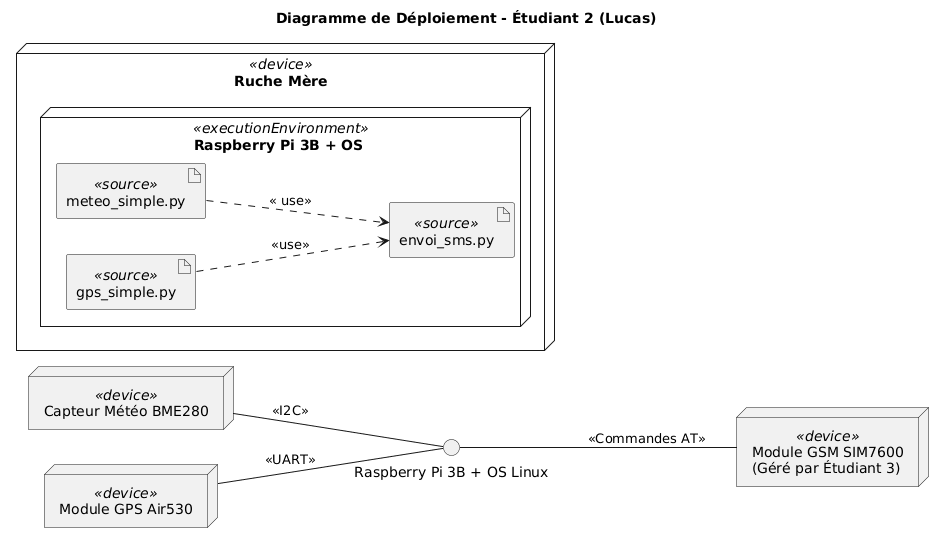
julien-negrobar/melaina keeps this PlantUML diagram as desrosiers Lucas /Projet MELAINA (abeille) 2/les fichier du mindview/mindview lucas /diagramme de deploiement personelle .png. Above is the earlier version.
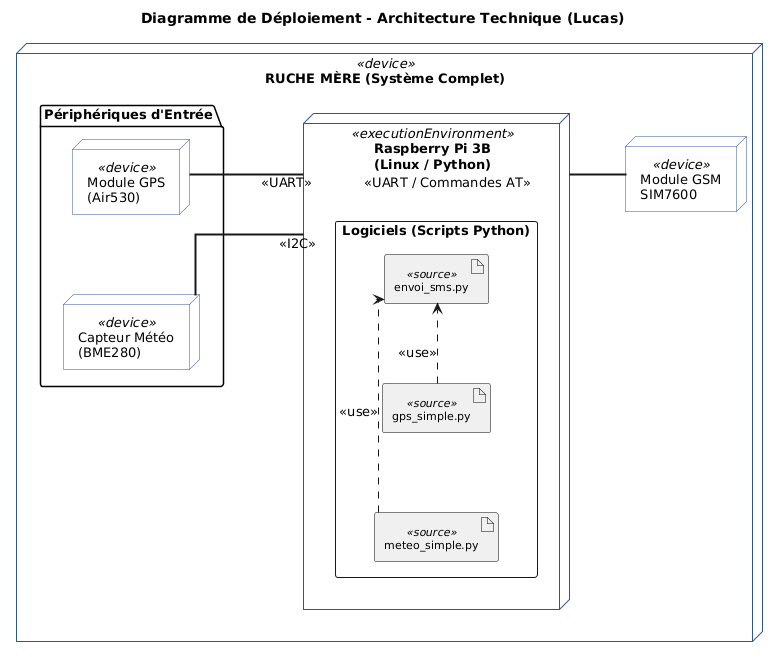
After the change.

Commit message:
changement diagramme de deploiement/changement nomenclature

What changed in the source:
```diff
@@ -1,29 +1,49 @@
 @startuml
-title Diagramme de Déploiement - Étudiant 2 (Lucas)
-
+title Diagramme de Déploiement - Architecture Technique (Lucas)
 skinparam shadowing false
-skinparam monochrome true
+skinparam linetype ortho
+skinparam nodesep 80
+skinparam ranksep 80
+skinparam defaultFontSize 13
 left to right direction
 
-node "Capteur Météo BME280" << device >> as BME
-node "Module GPS Air530" << device >> as GPS
-node "Module GSM SIM7600\n(Géré par Étudiant 3)" << device >> as GSM
-
-node "Ruche Mère" << device >> {
-
-    node "Raspberry Pi 3B + OS " << executionEnvironment >> {
-
-        artifact "meteo_simple.py" << source >> as ScriptMeteo
-        artifact "gps_simple.py" << source >> as ScriptGPS
-        artifact "envoi_sms.py" << source >> as ScriptAlerte
-
-    }
+skinparam node {
+    BackgroundColor White
+    BorderColor #2F5597
+    FontName Arial
+}
+skinparam artifact {
+    BackgroundColor #F0F0F0
+    BorderColor Black
+    FontSize 11
 }
 
-BME -- "Raspberry Pi 3B + OS Linux" : << I2C >>
-GPS -- "Raspberry Pi 3B + OS Linux" : << UART >>
-"Raspberry Pi 3B + OS Linux" -- GSM : << Commandes AT >>
+node "RUCHE MÈRE (Système Complet)" <<device>> as RM {
 
-ScriptMeteo ..> ScriptAlerte : <<  use >>
-ScriptGPS ..> ScriptAlerte : << use >>
+    package "Périphériques d'Entrée" {
+        node "Capteur Météo\n(BME280)" <<device>> as BME
+        node "Module GPS\n(Air530)" <<device>> as GPS
+    }
+
+    node "Raspberry Pi 3B\n(Linux / Python)" <<executionEnvironment>> as RPI {
+
+        rectangle "Logiciels (Scripts Python)" {
+            artifact "meteo_simple.py" <<source>> as METEO
+            artifact "gps_simple.py" <<source>> as GPS_PY
+            artifact "envoi_sms.py" <<source>> as SMS
+
+            METEO .right.> SMS : <<use>>
+            GPS_PY .right.> SMS : <<use>>
+        }
+    }
+
+    node "Module GSM\nSIM7600" <<device>> as GSM
+
+
+    BME == RPI : << I2C >>
+    GPS == RPI : << UART >>
+
+    RPI == GSM : << UART / Commandes AT >>
+
+}
 @enduml
```
